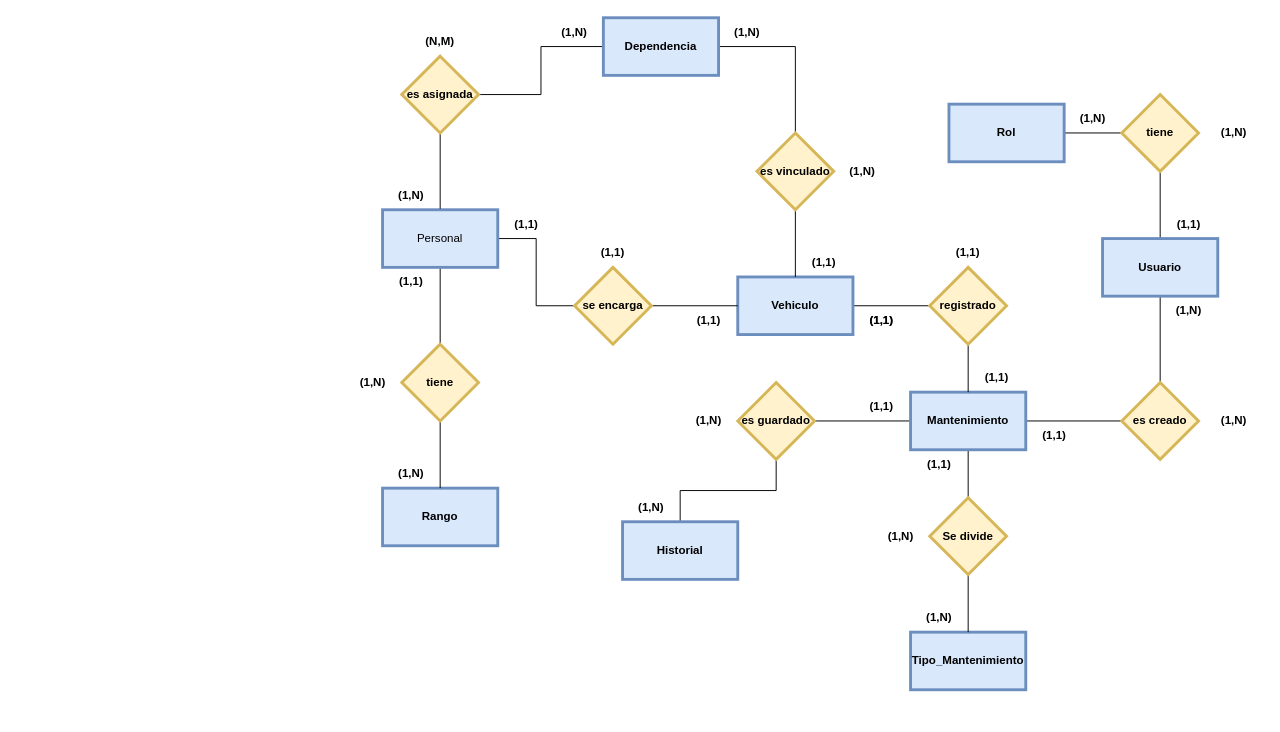
Above: Diagram.drawio in XimenaB01/AgendaDocente (draw.io), before the change. Source tidied: cells renumbered, new cells numbered last; positions are measured from the earlier drawing's top-left corner, leaving out a move shared by most shapes. Both pictures are drawn from the tidied source at 96%, with x=0, y=0 at pixel (344, 17).
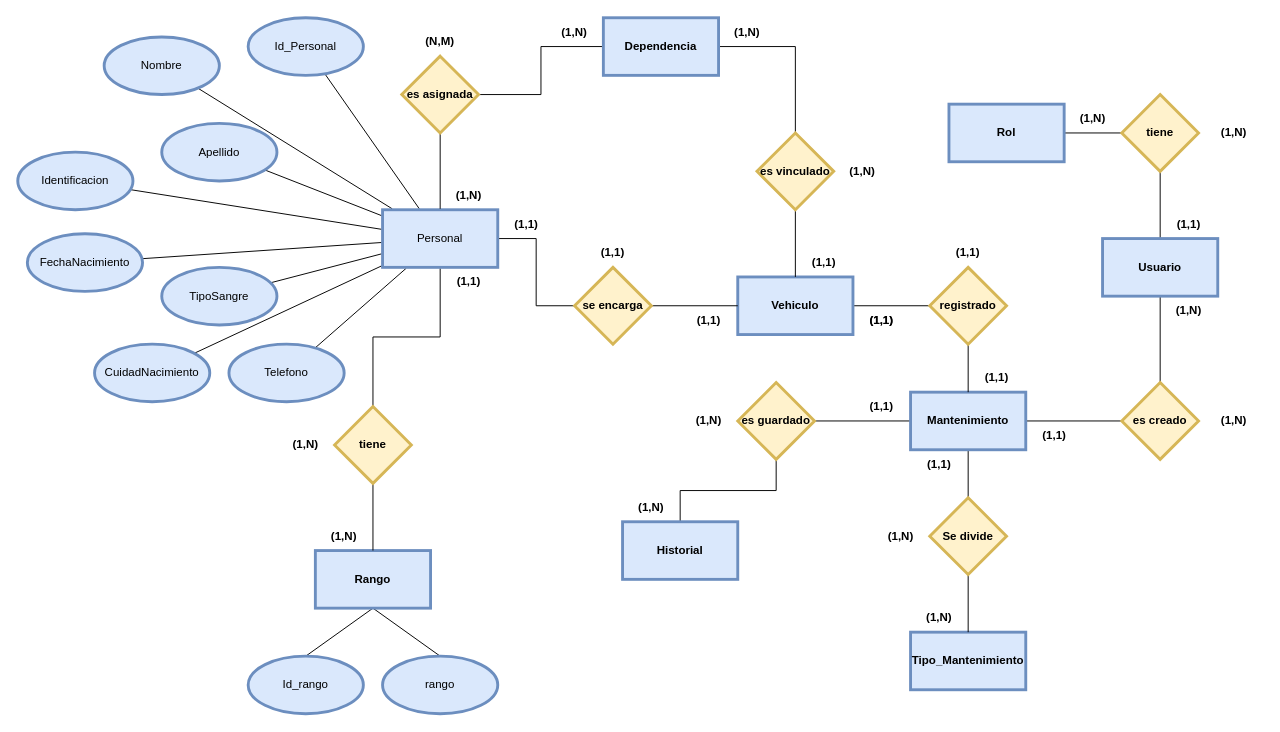
The same page after the edit.

Unchanged cells that the change refers to:
```xml
<mxCell id="4" value="Personal" style="rounded=0;whiteSpace=wrap;html=1;fillColor=#dae8fc;strokeColor=#6c8ebf;strokeWidth=3;perimeterSpacing=1;" parent="1" vertex="1">
  <mxGeometry x="40" y="200" width="120" height="60" as="geometry" />
</mxCell>
```

The edit, as a diff of the source:
```diff
@@
+    <mxCell id="66" style="edgeStyle=none;rounded=0;jettySize=auto;html=1;endArrow=none;endFill=0;" parent="1" edge="1" source="4" target="78">
+      <mxGeometry relative="1" as="geometry" />
+    </mxCell>
+    <mxCell id="67" style="edgeStyle=none;rounded=0;jettySize=auto;html=1;endArrow=none;endFill=0;" parent="1" edge="1" source="4" target="79">
+      <mxGeometry relative="1" as="geometry" />
+    </mxCell>
+    <mxCell id="68" style="edgeStyle=none;rounded=0;jettySize=auto;html=1;endArrow=none;endFill=0;" parent="1" edge="1" source="4" target="80">
+      <mxGeometry relative="1" as="geometry" />
+    </mxCell>
+    <mxCell id="69" style="edgeStyle=none;rounded=0;jettySize=auto;html=1;endArrow=none;endFill=0;" parent="1" edge="1" source="4" target="81">
+      <mxGeometry relative="1" as="geometry" />
+    </mxCell>
+    <mxCell id="70" style="edgeStyle=none;rounded=0;jettySize=auto;html=1;endArrow=none;endFill=0;" parent="1" edge="1" source="4" target="82">
+      <mxGeometry relative="1" as="geometry" />
+    </mxCell>
+    <mxCell id="71" style="edgeStyle=none;rounded=0;jettySize=auto;html=1;endArrow=none;endFill=0;" parent="1" edge="1" source="4" target="83">
+      <mxGeometry relative="1" as="geometry" />
+    </mxCell>
+    <mxCell id="72" style="edgeStyle=none;rounded=0;jettySize=auto;html=1;endArrow=none;endFill=0;" parent="1" edge="1" source="4" target="84">
+      <mxGeometry relative="1" as="geometry" />
+    </mxCell>
+    <mxCell id="73" style="edgeStyle=none;rounded=0;jettySize=auto;html=1;endArrow=none;endFill=0;" parent="1" edge="1" source="4" target="85">
+      <mxGeometry relative="1" as="geometry" />
+    </mxCell>
@@
+    <mxCell id="74" style="edgeStyle=none;rounded=0;jettySize=auto;html=1;endArrow=none;endFill=0;exitX=0.5;exitY=1;exitDx=0;exitDy=0;entryX=0.5;entryY=0;entryDx=0;entryDy=0;" parent="1" edge="1" source="15" target="76">
+      <mxGeometry relative="1" as="geometry" />
+    </mxCell>
+    <mxCell id="75" style="edgeStyle=none;rounded=0;jettySize=auto;html=1;endArrow=none;endFill=0;entryX=0.5;entryY=0;entryDx=0;entryDy=0;exitX=0.5;exitY=1;exitDx=0;exitDy=0;" parent="1" edge="1" source="15" target="77">
+      <mxGeometry relative="1" as="geometry" />
+    </mxCell>
     <mxCell id="15" value="&lt;b&gt;Rango&lt;/b&gt;" style="rounded=0;whiteSpace=wrap;html=1;fillColor=#dae8fc;strokeColor=#6c8ebf;strokeWidth=3;" parent="1" vertex="1">
-      <mxGeometry x="40" y="490" width="120" height="60" as="geometry" />
+      <mxGeometry x="-30" y="555" width="120" height="60" as="geometry" />
     </mxCell>
@@
     <mxCell id="17" value="&lt;b&gt;tiene&lt;/b&gt;" style="rhombus;whiteSpace=wrap;html=1;fillColor=#fff2cc;strokeColor=#d6b656;strokeWidth=3;" parent="1" vertex="1">
-      <mxGeometry x="60" y="340" width="80" height="80" as="geometry" />
+      <mxGeometry x="-10" y="405" width="80" height="80" as="geometry" />
     </mxCell>
@@
     <mxCell id="29" value="&lt;b&gt;(1,1)&lt;/b&gt;" style="text;html=1;strokeColor=none;fillColor=none;align=center;verticalAlign=middle;whiteSpace=wrap;rounded=0;" parent="1" vertex="1">
-      <mxGeometry x="40" y="260" width="60" height="30" as="geometry" />
+      <mxGeometry x="100" y="260" width="60" height="30" as="geometry" />
     </mxCell>
     <mxCell id="30" value="&lt;b&gt;(1,N)&lt;/b&gt;" style="text;html=1;strokeColor=none;fillColor=none;align=center;verticalAlign=middle;whiteSpace=wrap;rounded=0;" parent="1" vertex="1">
-      <mxGeometry x="40" y="460" width="60" height="30" as="geometry" />
+      <mxGeometry x="-30" y="525" width="60" height="30" as="geometry" />
     </mxCell>
     <mxCell id="31" value="&lt;b&gt;(1,N)&lt;/b&gt;" style="text;html=1;strokeColor=none;fillColor=none;align=center;verticalAlign=middle;whiteSpace=wrap;rounded=0;" parent="1" vertex="1">
-      <mxGeometry y="365" width="60" height="30" as="geometry" />
+      <mxGeometry x="-70" y="430" width="60" height="30" as="geometry" />
     </mxCell>
     <mxCell id="32" value="&lt;b&gt;(1,N)&lt;/b&gt;" style="text;html=1;strokeColor=none;fillColor=none;align=center;verticalAlign=middle;whiteSpace=wrap;rounded=0;" parent="1" vertex="1">
-      <mxGeometry x="40" y="170" width="60" height="30" as="geometry" />
+      <mxGeometry x="100" y="170" width="60" height="30" as="geometry" />
     </mxCell>
@@
+    <mxCell id="76" value="Id_rango" style="ellipse;whiteSpace=wrap;html=1;rounded=0;strokeColor=#6c8ebf;strokeWidth=3;fillColor=#dae8fc;" parent="1" vertex="1">
+      <mxGeometry x="-100" y="665" width="120" height="60" as="geometry" />
+    </mxCell>
+    <mxCell id="77" value="rango" style="ellipse;whiteSpace=wrap;html=1;rounded=0;strokeColor=#6c8ebf;strokeWidth=3;fillColor=#dae8fc;" parent="1" vertex="1">
+      <mxGeometry x="40" y="665" width="120" height="60" as="geometry" />
+    </mxCell>
+    <mxCell id="78" value="Id_Personal" style="ellipse;whiteSpace=wrap;html=1;rounded=0;strokeColor=#6c8ebf;strokeWidth=3;fillColor=#dae8fc;" parent="1" vertex="1">
+      <mxGeometry x="-100" width="120" height="60" as="geometry" />
+    </mxCell>
+    <mxCell id="79" value="Nombre" style="ellipse;whiteSpace=wrap;html=1;rounded=0;strokeColor=#6c8ebf;strokeWidth=3;fillColor=#dae8fc;" parent="1" vertex="1">
+      <mxGeometry x="-250" y="20" width="120" height="60" as="geometry" />
+    </mxCell>
+    <mxCell id="80" value="Telefono" style="ellipse;whiteSpace=wrap;html=1;rounded=0;strokeColor=#6c8ebf;strokeWidth=3;fillColor=#dae8fc;" parent="1" vertex="1">
+      <mxGeometry x="-120" y="340" width="120" height="60" as="geometry" />
+    </mxCell>
+    <mxCell id="81" value="TipoSangre" style="ellipse;whiteSpace=wrap;html=1;rounded=0;strokeColor=#6c8ebf;strokeWidth=3;fillColor=#dae8fc;" parent="1" vertex="1">
+      <mxGeometry x="-190" y="260" width="120" height="60" as="geometry" />
+    </mxCell>
+    <mxCell id="82" value="Apellido" style="ellipse;whiteSpace=wrap;html=1;rounded=0;strokeColor=#6c8ebf;strokeWidth=3;fillColor=#dae8fc;" parent="1" vertex="1">
+      <mxGeometry x="-190" y="110" width="120" height="60" as="geometry" />
+    </mxCell>
+    <mxCell id="83" value="FechaNacimiento" style="ellipse;whiteSpace=wrap;html=1;rounded=0;strokeColor=#6c8ebf;strokeWidth=3;fillColor=#dae8fc;" parent="1" vertex="1">
+      <mxGeometry x="-330" y="225" width="120" height="60" as="geometry" />
+    </mxCell>
+    <mxCell id="84" value="CuidadNacimiento" style="ellipse;whiteSpace=wrap;html=1;rounded=0;strokeColor=#6c8ebf;strokeWidth=3;fillColor=#dae8fc;" parent="1" vertex="1">
+      <mxGeometry x="-260" y="340" width="120" height="60" as="geometry" />
+    </mxCell>
+    <mxCell id="85" value="Identificacion" style="ellipse;whiteSpace=wrap;html=1;rounded=0;strokeColor=#6c8ebf;strokeWidth=3;fillColor=#dae8fc;" parent="1" vertex="1">
+      <mxGeometry x="-340" y="140" width="120" height="60" as="geometry" />
+    </mxCell>
```
